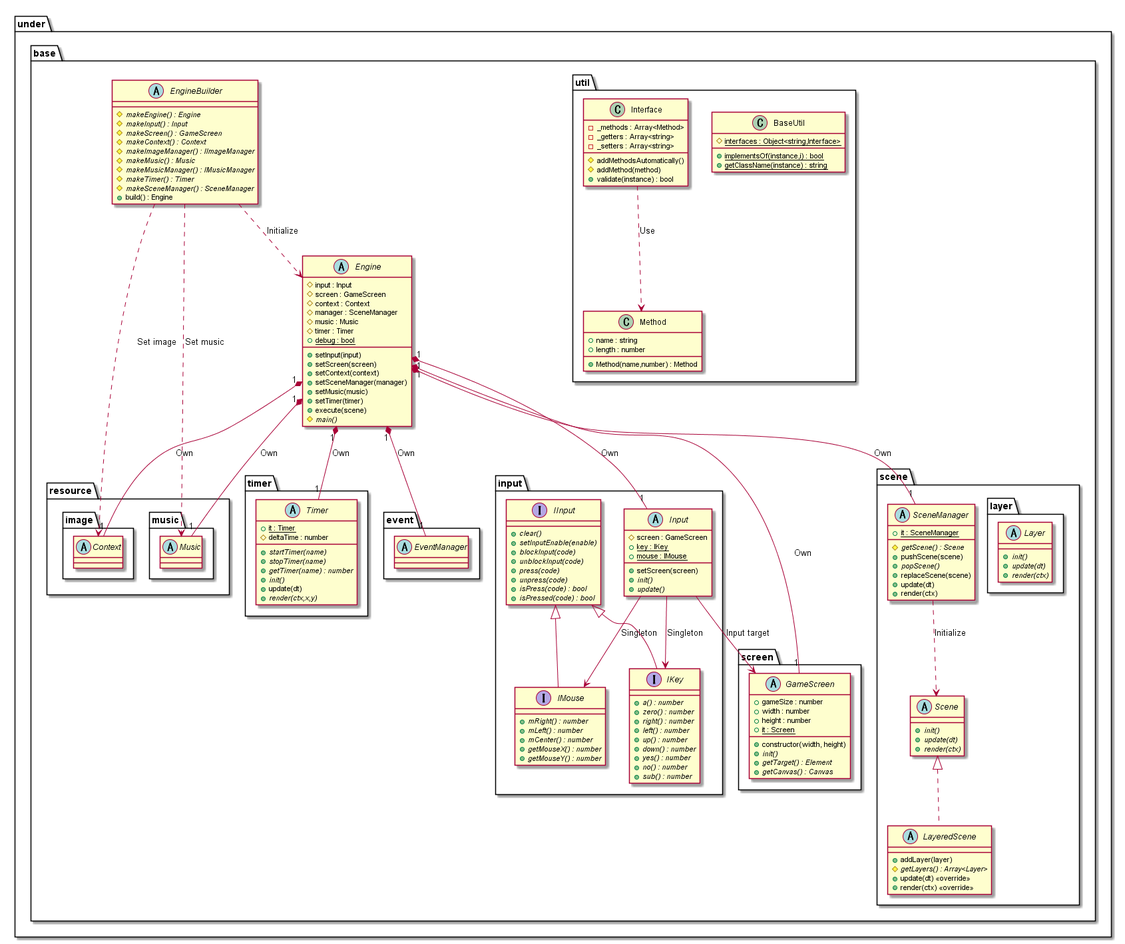
This is out/uml/gamebase/Base/GameBaseBase.png from Expine/Under, a PlantUML export, as it was before one commit.
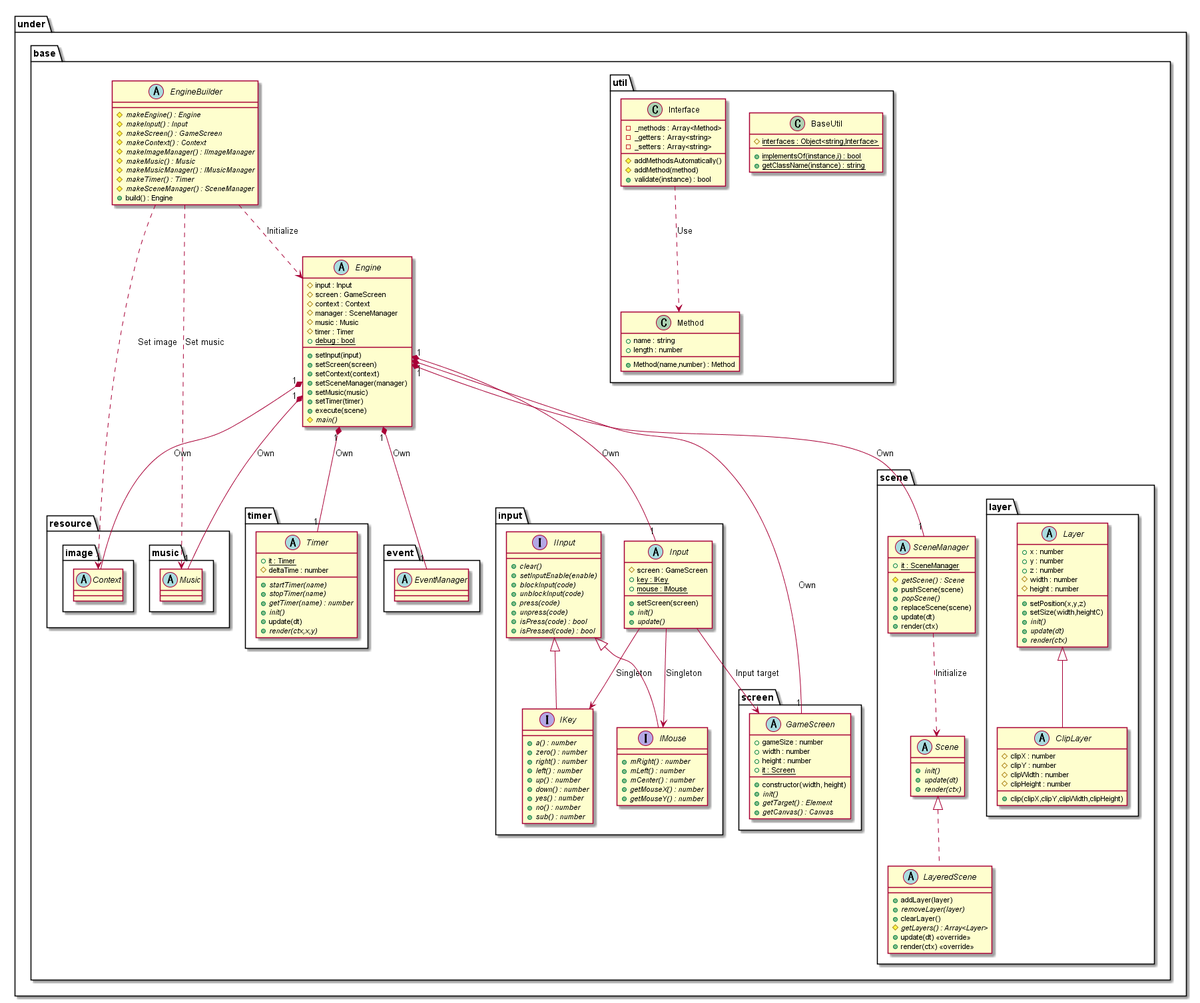
The same file after the commit.

Diff of the diagram source:
```diff
@@ -104,6 +104,8 @@
             }
             abstract LayeredScene {
                 +addLayer(layer)
+                {abstract} +removeLayer(layer)
+                +clearLayer()
                 {abstract} #getLayers() : Array<Layer>
                 +update(dt) <<override>>
                 +render(ctx) <<override>>
@@ -111,9 +113,23 @@
 
             package layer {
                 abstract Layer {
+                    +x : number
+                    +y : number
+                    +z : number
+                    #width : number
+                    #height : number
+                    +setPosition(x,y,z)
+                    +setSize(width,heightC)
                     {abstract} +init()
                     {abstract} +update(dt)
                     {abstract} +render(ctx)
+                }
+                abstract ClipLayer {
+                    #clipX : number
+                    #clipY : number
+                    #clipWidth : number
+                    #clipHeight : number
+                    +clip(clipX,clipY,clipWidth,clipHeight)
                 }
             }
         }
@@ -195,5 +211,6 @@
 IInput <|-- IMouse
 
 Scene <|.. LayeredScene
+Layer <|-- ClipLayer
 
 @enduml
```
